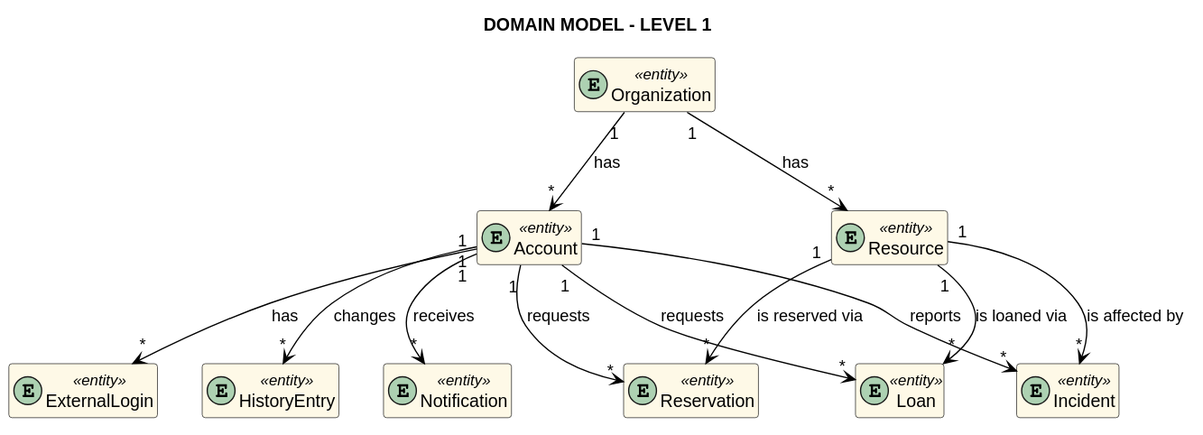
Earlier version of the PlantUML export docs/domain-models/svg/domain-model-level-1.svg (vscosousa/Nexo). Its source is kept beside it as docs/domain-models/puml/domain-model-level-1.puml.
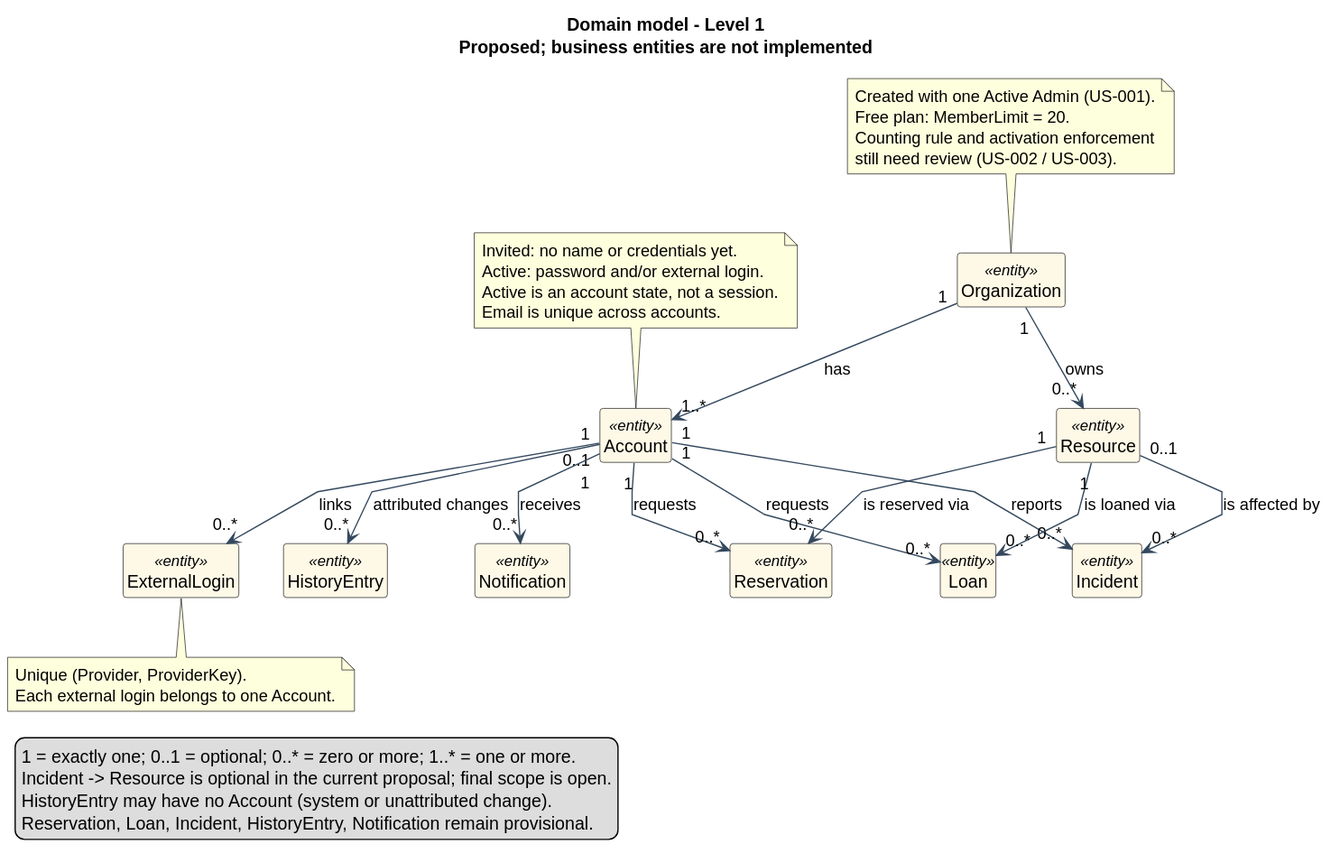
The same file after the commit.

The edit, as a diff of the source:
```diff
@@ -1,12 +1,18 @@
 @startuml
-title DOMAIN MODEL - LEVEL 1
+title Domain model - Level 1\nProposed; business entities are not implemented
 
 hide empty members
-
+hide circle
+skinparam shadowing false
+skinparam linetype polyline
+skinparam nodesep 35
+skinparam ranksep 45
 skinparam class {
     BackgroundColor #FEF9E7
-    ArrowColor Black
+    BackgroundColor<<valueObject>> #D6EAF8
+    ArrowColor #34495E
 }
+skinparam packageBackgroundColor #EBF5FB
 
 entity Organization <<entity>> {}
 entity Account <<entity>> {}
@@ -18,18 +24,41 @@
 entity HistoryEntry <<entity>> {}
 entity Notification <<entity>> {}
 
-Organization "1" --> "*" Account : has
-Organization "1" --> "*" Resource : has
+Organization "1" --> "1..*" Account : has
+Organization "1" --> "0..*" Resource : owns
+Account "1" --> "0..*" ExternalLogin : links
+Account "1" --> "0..*" Reservation : requests
+Account "1" --> "0..*" Loan : requests
+Account "1" --> "0..*" Incident : reports
+Account "0..1" --> "0..*" HistoryEntry : attributed changes
+Account "1" --> "0..*" Notification : receives
+Resource "1" --> "0..*" Reservation : is reserved via
+Resource "1" --> "0..*" Loan : is loaned via
+Resource "0..1" --> "0..*" Incident : is affected by
 
-Account "1" --> "*" ExternalLogin : has
-Account "1" --> "*" Reservation : requests
-Account "1" --> "*" Loan : requests
-Account "1" --> "*" Incident : reports
-Account "1" --> "*" HistoryEntry : changes
-Account "1" --> "*" Notification : receives
+note top of Account
+  Invited: no name or credentials yet.
+  Active: password and/or external login.
+  Active is an account state, not a session.
+  Email is unique across accounts.
+end note
 
-Resource "1" --> "*" Reservation : is reserved via
-Resource "1" --> "*" Loan : is loaned via
-Resource "1" --> "*" Incident : is affected by
+note top of Organization
+  Created with one Active Admin (US-001).
+  Free plan: MemberLimit = 20.
+  Counting rule and activation enforcement
+  still need review (US-002 / US-003).
+end note
 
+note bottom of ExternalLogin
+  Unique (Provider, ProviderKey).
+  Each external login belongs to one Account.
+end note
+
+legend bottom left
+  1 = exactly one; 0..1 = optional; 0..* = zero or more; 1..* = one or more.
+  Incident -> Resource is optional in the current proposal; final scope is open.
+  HistoryEntry may have no Account (system or unattributed change).
+  Reservation, Loan, Incident, HistoryEntry, Notification remain provisional.
+endlegend
 @enduml
```
